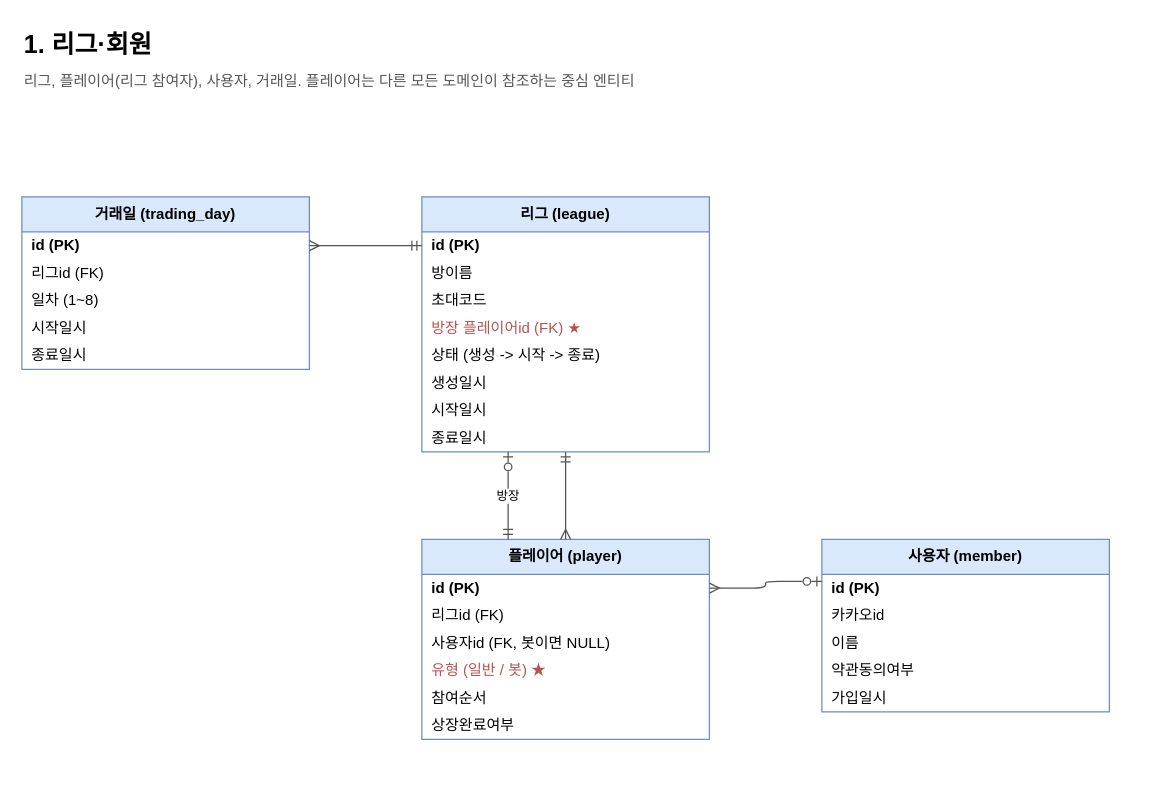
JECT-Study/naspi-5th-Server keeps this draw.io diagram as page "1. 리그·회원" (2 of 9) of docs/erd/naspi.drawio. Above is the earlier version. Source tidied: cells renumbered, new cells numbered last; positions are measured from the earlier drawing's top-left corner, leaving out a move shared by most shapes. Both pictures are drawn from the tidied source at 125%, with x=0, y=0 at pixel (21, 21).
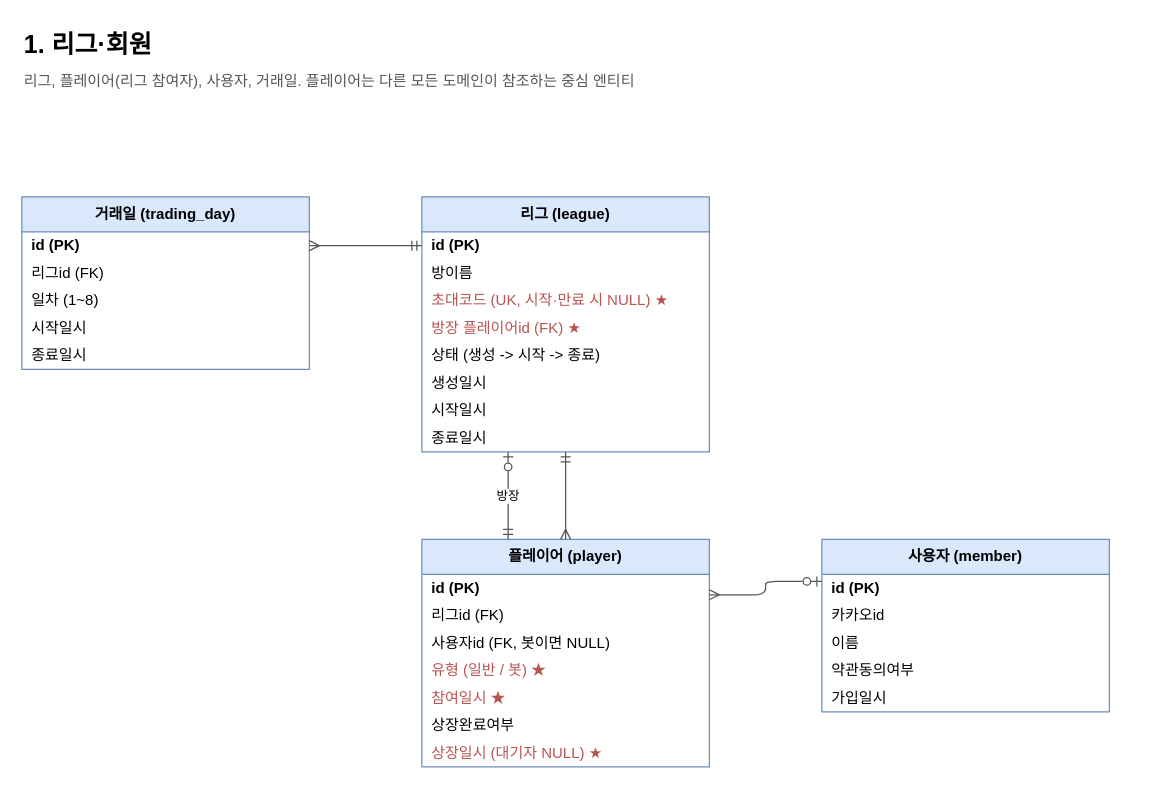
Above is the later version.

Unchanged cells that the change refers to:
```xml
<mxCell id="8" value="리그 (league)" style="swimlane;fontStyle=1;horizontal=1;startSize=28;html=1;whiteSpace=wrap;fillColor=#dae8fc;strokeColor=#6c8ebf;" parent="1" vertex="1">
  <mxGeometry x="320" y="140" width="230" height="204" as="geometry" />
</mxCell>
```

Diff of the diagram source:
```diff
@@
-    <mxCell id="11" value="초대코드" style="text;strokeColor=none;fillColor=none;align=left;verticalAlign=middle;spacingLeft=6;overflow=hidden;html=1;" parent="8" vertex="1">
+    <mxCell id="11" value="초대코드 (UK, 시작·만료 시 NULL) ★" style="text;fontColor=#B85450;strokeColor=none;fillColor=none;align=left;verticalAlign=middle;spacingLeft=6;overflow=hidden;html=1;" parent="8" vertex="1">
       <mxGeometry y="72" width="230" height="22" as="geometry" />
     </mxCell>
@@
     <mxCell id="17" value="플레이어 (player)" style="swimlane;fontStyle=1;horizontal=1;startSize=28;html=1;whiteSpace=wrap;fillColor=#dae8fc;strokeColor=#6c8ebf;" parent="1" vertex="1">
-      <mxGeometry x="320" y="414" width="230" height="160" as="geometry" />
+      <mxGeometry x="320" y="414" width="230" height="182" as="geometry" />
     </mxCell>
@@
-    <mxCell id="22" value="참여순서" style="text;strokeColor=none;fillColor=none;align=left;verticalAlign=middle;spacingLeft=6;overflow=hidden;html=1;" parent="17" vertex="1">
+    <mxCell id="22" value="참여일시 ★" style="text;fontColor=#B85450;strokeColor=none;fillColor=none;align=left;verticalAlign=middle;spacingLeft=6;overflow=hidden;html=1;" parent="17" vertex="1">
       <mxGeometry y="116" width="230" height="22" as="geometry" />
     </mxCell>
@@
+    <mxCell id="36" value="상장일시 (대기자 NULL) ★" style="text;fontColor=#B85450;strokeColor=none;fillColor=none;align=left;verticalAlign=middle;spacingLeft=6;overflow=hidden;html=1;" parent="17" vertex="1">
+      <mxGeometry y="160" width="230" height="22" as="geometry" />
+    </mxCell>
```
